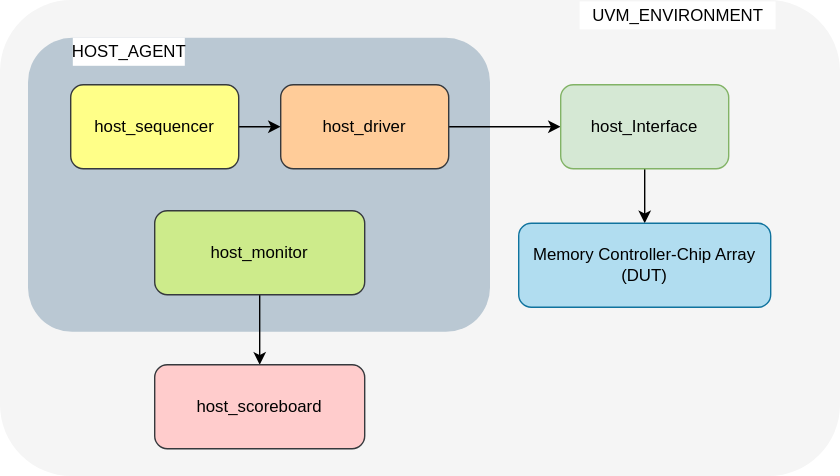
Earlier version of the draw.io export document/testbench/adn_memss_ddr3_control_uvm_tb.svg (adnsemicon/adn_memss). Source tidied: cells renumbered, new cells last; positions are measured from the earlier drawing's top-left corner, leaving out a move shared by most shapes.
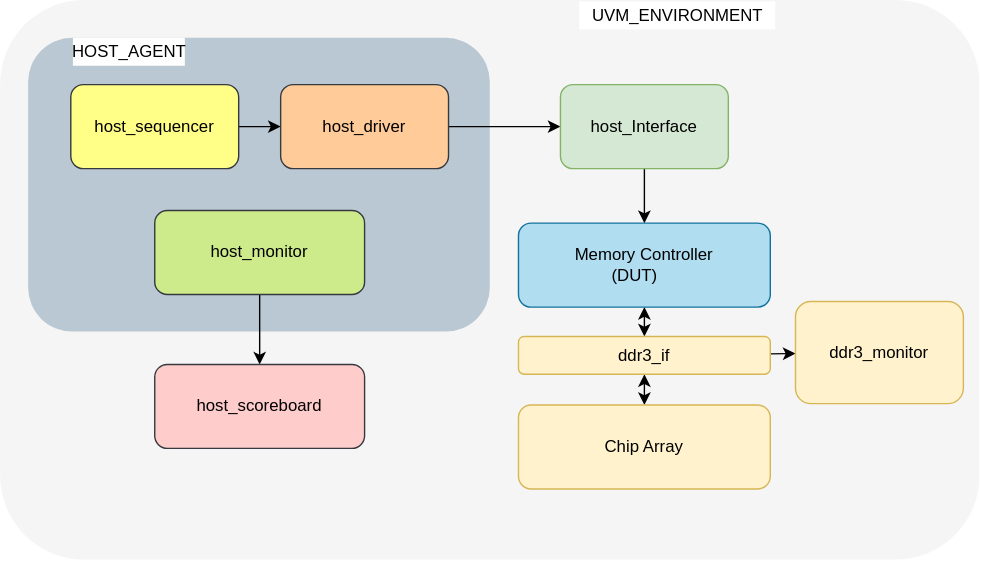
Later version of the same file.

Commit message:
diagrams updated 	modified:   document/testbench/adn_memss_ddr3_control_uvm_tb.svg 	modified:   document/testbench/adn_memss_ddr3_controller_uvm_tb_top.svg

The edit, as a diff of the source:
```diff
@@ -3,7 +3,7 @@
     <mxCell id="0" />
     <mxCell id="1" parent="0" />
     <mxCell id="2" style="rounded=1;whiteSpace=wrap;html=1;roundedPerimeter=1;fillColor=#f5f5f5;strokeColor=none;fontColor=#333333;" parent="1" vertex="1">
-      <mxGeometry width="600" height="340" as="geometry" />
+      <mxGeometry width="700" height="400" as="geometry" />
     </mxCell>
     <mxCell id="3" style="rounded=1;whiteSpace=wrap;html=1;roundedPerimeter=1;fillColor=#bac8d3;strokeColor=none;" parent="1" vertex="1">
       <mxGeometry x="20" y="27" width="330" height="210" as="geometry" />
@@ -35,7 +35,10 @@
     <mxCell id="12" value="host_Interface" style="rounded=1;whiteSpace=wrap;html=1;roundedPerimeter=1;fillColor=#d5e8d4;strokeColor=#82b366;" parent="1" vertex="1">
       <mxGeometry x="400" y="60" width="120" height="60" as="geometry" />
     </mxCell>
+    <mxCell id="16" style="edgeStyle=none;html=1;endArrow=classic;endFill=1;startArrow=classic;startFill=1;" parent="1" edge="1" source="13" target="19">
+      <mxGeometry relative="1" as="geometry" />
+    </mxCell>
-    <mxCell id="13" value="Memory Controller-Chip Array&lt;br&gt;&lt;span style=&quot;color: rgb(0, 0, 0);&quot;&gt;(DUT)&lt;/span&gt;" style="rounded=1;whiteSpace=wrap;html=1;roundedPerimeter=1;fillColor=#b1ddf0;strokeColor=#10739e;" parent="1" vertex="1">
+    <mxCell id="13" value="Memory Controller&lt;br&gt;&lt;span style=&quot;color: rgb(0, 0, 0);&quot;&gt;&amp;nbsp; &amp;nbsp; &amp;nbsp; &amp;nbsp;(DUT)&amp;nbsp; &amp;nbsp; &amp;nbsp; &amp;nbsp; &amp;nbsp; &amp;nbsp;&lt;/span&gt;" style="rounded=1;whiteSpace=wrap;html=1;roundedPerimeter=1;fillColor=#b1ddf0;strokeColor=#10739e;" parent="1" vertex="1">
       <mxGeometry x="370" y="159" width="180" height="60" as="geometry" />
     </mxCell>
     <mxCell id="14" value="HOST_AGENT" style="text;html=1;whiteSpace=wrap;align=center;verticalAlign=middle;rounded=0;fillColor=default;" parent="1" vertex="1">
@@ -44,5 +47,20 @@
     <mxCell id="15" value="UVM_ENVIRONMENT" style="text;html=1;whiteSpace=wrap;align=center;verticalAlign=middle;rounded=0;fillColor=default;" parent="1" vertex="1">
       <mxGeometry x="414" y="1" width="140" height="20" as="geometry" />
     </mxCell>
+    <mxCell id="17" style="edgeStyle=none;html=1;startArrow=classic;startFill=1;" parent="1" edge="1" source="19" target="20">
+      <mxGeometry relative="1" as="geometry" />
+    </mxCell>
+    <mxCell id="18" style="edgeStyle=none;html=1;" parent="1" edge="1" source="19" target="21">
+      <mxGeometry relative="1" as="geometry" />
+    </mxCell>
+    <mxCell id="19" value="ddr3_if" style="rounded=1;whiteSpace=wrap;html=1;roundedPerimeter=1;fillColor=#fff2cc;strokeColor=#d6b656;" parent="1" vertex="1">
+      <mxGeometry x="370" y="240" width="180" height="27" as="geometry" />
+    </mxCell>
+    <mxCell id="20" value="Chip Array" style="rounded=1;whiteSpace=wrap;html=1;roundedPerimeter=1;fillColor=#fff2cc;strokeColor=#d6b656;" parent="1" vertex="1">
+      <mxGeometry x="370" y="289" width="180" height="60" as="geometry" />
+    </mxCell>
+    <mxCell id="21" value="ddr3_monitor" style="rounded=1;whiteSpace=wrap;html=1;roundedPerimeter=1;fillColor=#fff2cc;strokeColor=#d6b656;" parent="1" vertex="1">
+      <mxGeometry x="568" y="215" width="120" height="73" as="geometry" />
+    </mxCell>
   </root>
 </mxGraphModel>
```
